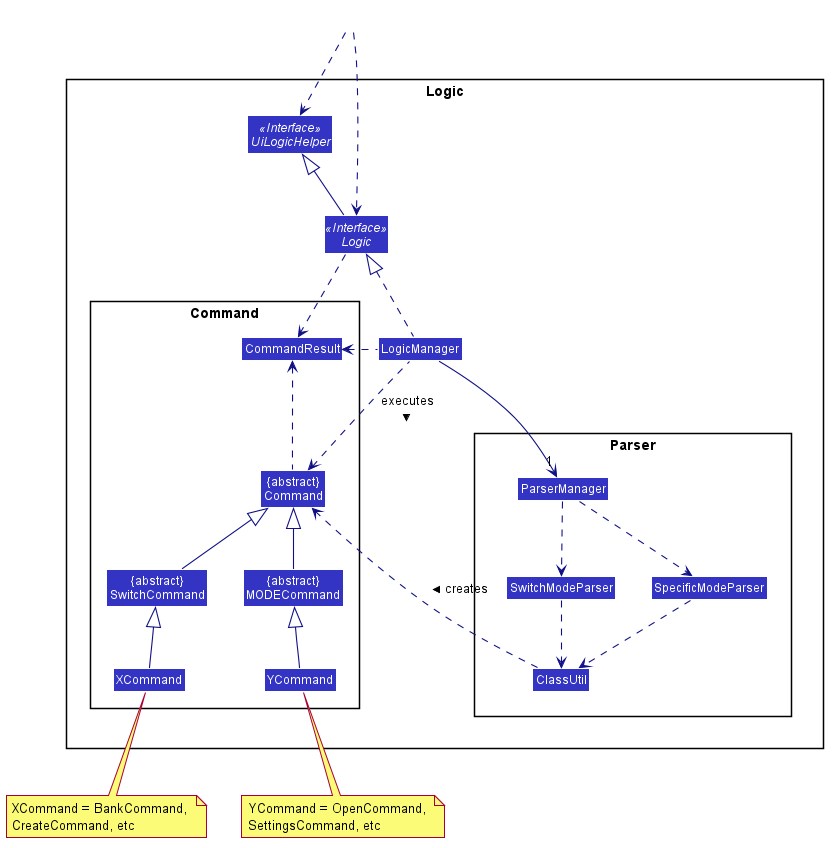
Above: docs/images/LogicClassDiagram.png in nus-cs2103-AY1920S1/addressbook-level3 (PlantUML), before the change.
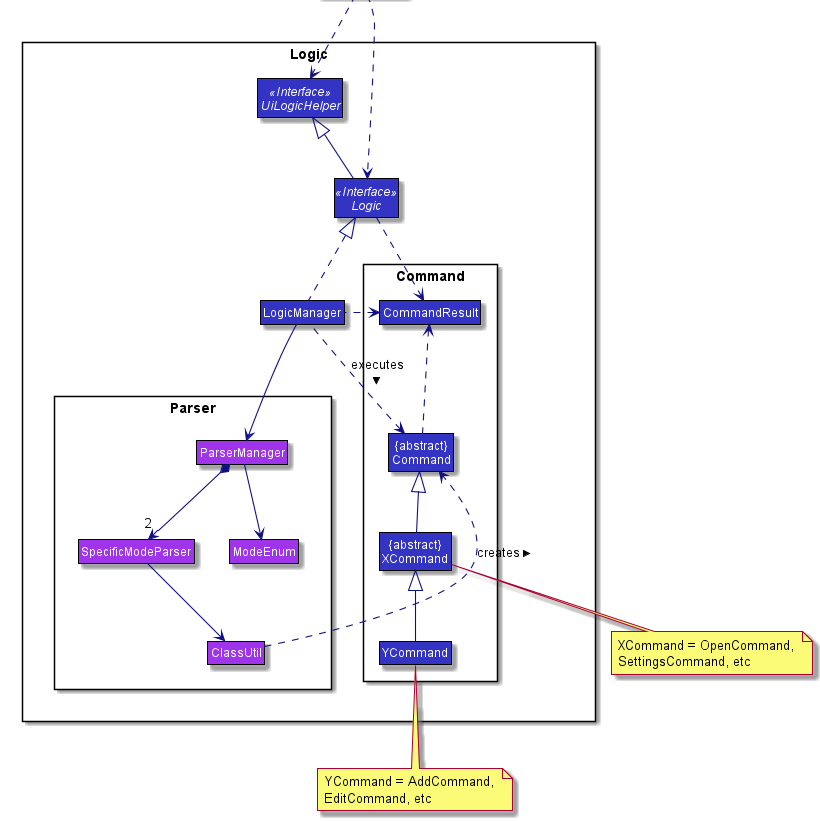
Later version of the same file.

The edit, as a diff of the source:
```diff
@@ -1,4 +1,8 @@
 @startuml
+
+
+
+
 
 
 
@@ -15,9 +19,10 @@
 skinparam Class {
     FontColor #FFFFFF
     BorderThickness 1
-    BorderColor #FFFFFF
+    BorderColor #000000
     StereotypeFontColor #FFFFFF
     FontName Arial
+    AttributeFontColor #FFFFFF
 }
 
 skinparam Actor {
@@ -41,13 +46,15 @@
 
 skinparam MinClassWidth 50
 skinparam ParticipantPadding 10
-skinparam Shadowing false
+skinparam Shadowing true
 skinparam DefaultTextAlignment center
 skinparam packageStyle Rectangle
+skinparam classAttributeIconSize 0
 
 hide footbox
 hide members
 hide circle
+hide empty members
 skinparam arrowThickness 1.1
 skinparam arrowColor #101086
 skinparam classBackgroundColor #3333C4
@@ -55,19 +62,17 @@
 package Logic {
 
 package Parser {
-Class ParserManager
-Class SwitchModeParser
-Class SpecificModeParser
-Class ClassUtil
+Class ParserManager #A034EB
+Class SpecificModeParser #A034EB
+Class ClassUtil #A034EB
+enum ModeEnum #A034EB
 }
 
 package Command {
-Class XCommand
 Class YCommand
 Class CommandResult
 Class "{abstract}\nCommand" as Command
-Class "{abstract}\nMODECommand" as MODECommand
-Class "{abstract}\nSwitchCommand" as SwitchCommand
+Class "{abstract}\nXCommand" as XCommand
 }
 
 
@@ -86,22 +91,22 @@
 Logic -up-|> UiLogicHelper
 
 LogicManager .up.|> Logic
-LogicManager -->"1" ParserManager
-ParserManager ..> SpecificModeParser
-ParserManager ..> SwitchModeParser
-SpecificModeParser ..> ClassUtil
-SwitchModeParser ..> ClassUtil
+LogicManager -->ParserManager
 
-ClassUtil ..> Command : creates >
-XCommand -up-|> SwitchCommand
-YCommand -up-|> MODECommand
-SwitchCommand -up-|> Command
-MODECommand -up-|> Command
+ParserManager --> ModeEnum
+ParserManager *-->"2" SpecificModeParser
+SpecificModeParser --> ClassUtil
+
+ClassUtil .down.> Command : creates >
+YCommand -up-|> XCommand
+XCommand -up-|> Command
 LogicManager .left.> Command : executes >
 
 
-note bottom of YCommand: YCommand = OpenCommand, \nSettingsCommand, etc
-note bottom of XCommand: XCommand = BankCommand, \nCreateCommand, etc
+note bottom of XCommand: XCommand = OpenCommand, \nSettingsCommand, etc
+
+
+note bottom of YCommand: YCommand = AddCommand, \nEditCommand, etc
 
 
 Logic ..> CommandResult
```
